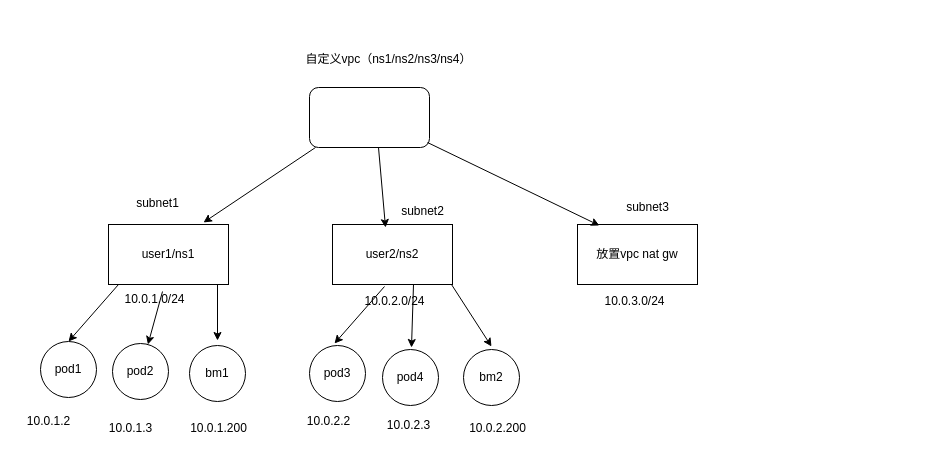
The draw.io diagram kube-ovn3.drawio in pslzym/advanced-go-programming-book, before the edit. Source tidied: cells renumbered, new cells numbered last; positions are measured from the earlier drawing's top-left corner, leaving out a move shared by most shapes. Both pictures are drawn from the tidied source at 100%, with x=0, y=0 at pixel (17, 46).
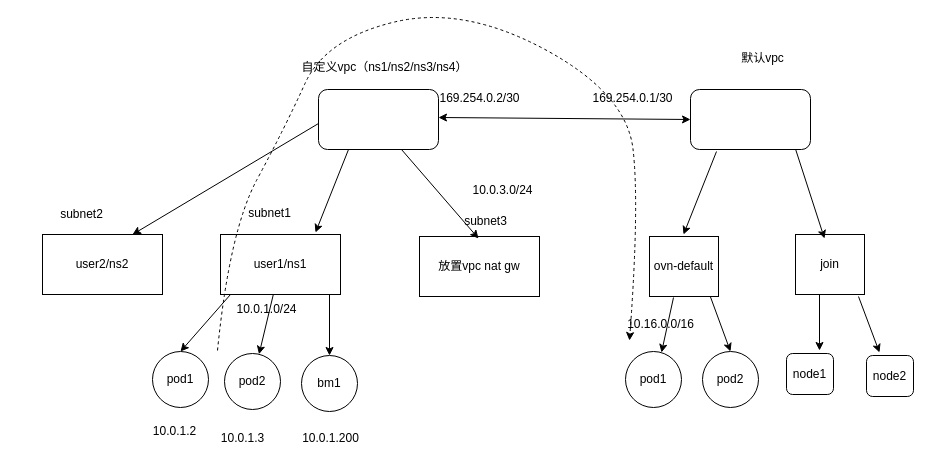
The same diagram, later.

What changed in the source:
```diff
@@
     <mxCell id="2" style="rounded=1;whiteSpace=wrap;html=1;" parent="1" vertex="1">
-      <mxGeometry x="292" y="41" width="120" height="60" as="geometry" />
+      <mxGeometry x="301" y="43" width="120" height="60" as="geometry" />
     </mxCell>
     <mxCell id="3" value="自定义vpc（ns1/ns2/ns3/ns4）" style="text;html=1;align=center;verticalAlign=middle;strokeColor=none;fillColor=none;" parent="1" vertex="1">
-      <mxGeometry x="279" width="184" height="26" as="geometry" />
+      <mxGeometry x="275" y="8" width="184" height="26" as="geometry" />
     </mxCell>
     <mxCell id="4" value="user1/ns1" style="rounded=0;whiteSpace=wrap;html=1;" parent="1" vertex="1">
-      <mxGeometry x="91" y="178" width="120" height="60" as="geometry" />
+      <mxGeometry x="203" y="188" width="120" height="60" as="geometry" />
     </mxCell>
-    <mxCell id="5" value="user2/ns2" style="rounded=0;whiteSpace=wrap;html=1;" parent="1" vertex="1">
-      <mxGeometry x="315" y="178" width="120" height="60" as="geometry" />
-    </mxCell>
     <mxCell id="6" value="放置vpc nat gw" style="rounded=0;whiteSpace=wrap;html=1;" parent="1" vertex="1">
-      <mxGeometry x="560" y="178" width="120" height="60" as="geometry" />
+      <mxGeometry x="402" y="190" width="120" height="60" as="geometry" />
     </mxCell>
-    <mxCell id="7" style="endArrow=classic;html=1;rounded=0;" parent="1" edge="1">
+    <mxCell id="7" style="endArrow=classic;html=1;rounded=0;exitX=0.25;exitY=1;exitDx=0;exitDy=0;" parent="1" edge="1" source="2">
       <mxGeometry relative="1" as="geometry">
-        <mxPoint x="298" y="101" as="sourcePoint" />
-        <mxPoint x="186" y="176" as="targetPoint" />
+        <mxPoint x="298" y="186" as="targetPoint" />
       </mxGeometry>
     </mxCell>
-    <mxCell id="8" style="endArrow=classic;html=1;rounded=0;entryX=0.442;entryY=0.05;entryDx=0;entryDy=0;entryPerimeter=0;" parent="1" edge="1" target="5">
-      <mxGeometry relative="1" as="geometry">
-        <mxPoint x="361" y="101" as="sourcePoint" />
-      </mxGeometry>
-    </mxCell>
-    <mxCell id="9" style="endArrow=classic;html=1;rounded=0;entryX=0.183;entryY=0.017;entryDx=0;entryDy=0;entryPerimeter=0;" parent="1" edge="1" target="6">
+    <mxCell id="9" style="endArrow=classic;html=1;rounded=0;entryX=0.183;entryY=0.017;entryDx=0;entryDy=0;entryPerimeter=0;exitX=0.433;exitY=1.067;exitDx=0;exitDy=0;exitPerimeter=0;" parent="1" edge="1">
       <mxGeometry relative="1" as="geometry">
-        <mxPoint x="410" y="96" as="sourcePoint" />
+        <mxPoint x="384" y="103" as="sourcePoint" />
+        <mxPoint x="461" y="192" as="targetPoint" />
       </mxGeometry>
     </mxCell>
     <mxCell id="10" value="subnet1" style="text;html=1;align=center;verticalAlign=middle;strokeColor=none;fillColor=none;" parent="1" vertex="1">
-      <mxGeometry x="109" y="144" width="61" height="26" as="geometry" />
+      <mxGeometry x="221" y="154" width="61" height="26" as="geometry" />
     </mxCell>
-    <mxCell id="11" value="subnet2" style="text;html=1;align=center;verticalAlign=middle;strokeColor=none;fillColor=none;" parent="1" vertex="1">
-      <mxGeometry x="374" y="152" width="61" height="26" as="geometry" />
-    </mxCell>
     <mxCell id="12" value="subnet3" style="text;html=1;align=center;verticalAlign=middle;strokeColor=none;fillColor=none;" parent="1" vertex="1">
-      <mxGeometry x="599" y="148" width="61" height="26" as="geometry" />
+      <mxGeometry x="437.5" y="162" width="61" height="26" as="geometry" />
     </mxCell>
     <mxCell id="13" value="10.0.1.0/24" style="text;html=1;align=center;verticalAlign=middle;points=[];strokeColor=none;fillColor=none;" parent="1" vertex="1">
-      <mxGeometry x="98" y="240" width="78" height="26" as="geometry" />
+      <mxGeometry x="210" y="250" width="78" height="26" as="geometry" />
     </mxCell>
-    <mxCell id="14" value="10.0.2.0/24" style="text;html=1;align=center;verticalAlign=middle;strokeColor=none;fillColor=none;" parent="1" vertex="1">
-      <mxGeometry x="338" y="242" width="78" height="26" as="geometry" />
-    </mxCell>
     <mxCell id="15" value="10.0.3.0/24" style="text;html=1;align=center;verticalAlign=middle;strokeColor=none;fillColor=none;" parent="1" vertex="1">
-      <mxGeometry x="578" y="242" width="78" height="26" as="geometry" />
+      <mxGeometry x="446" y="131" width="78" height="26" as="geometry" />
     </mxCell>
     <mxCell id="16" value="pod1" style="ellipse;whiteSpace=wrap;html=1;" parent="1" vertex="1">
-      <mxGeometry x="23" y="295" width="56" height="56" as="geometry" />
+      <mxGeometry x="135" y="305" width="56" height="56" as="geometry" />
     </mxCell>
     <mxCell id="17" value="pod2" style="ellipse;whiteSpace=wrap;html=1;" parent="1" vertex="1">
-      <mxGeometry x="95" y="297" width="56" height="56" as="geometry" />
+      <mxGeometry x="207" y="307" width="56" height="56" as="geometry" />
     </mxCell>
     <mxCell id="18" value="bm1" style="ellipse;whiteSpace=wrap;html=1;" parent="1" vertex="1">
-      <mxGeometry x="172" y="299" width="56" height="56" as="geometry" />
+      <mxGeometry x="284" y="309" width="56" height="56" as="geometry" />
     </mxCell>
-    <mxCell id="19" value="pod3" style="ellipse;whiteSpace=wrap;html=1;" parent="1" vertex="1">
-      <mxGeometry x="292" y="299" width="56" height="56" as="geometry" />
-    </mxCell>
-    <mxCell id="20" value="pod4" style="ellipse;whiteSpace=wrap;html=1;" parent="1" vertex="1">
-      <mxGeometry x="365" y="303" width="56" height="56" as="geometry" />
-    </mxCell>
-    <mxCell id="21" value="bm2" style="ellipse;whiteSpace=wrap;html=1;" parent="1" vertex="1">
-      <mxGeometry x="446" y="303" width="56" height="56" as="geometry" />
-    </mxCell>
     <mxCell id="22" style="endArrow=classic;html=1;rounded=0;entryX=0.5;entryY=0;entryDx=0;entryDy=0;" parent="1" edge="1" target="16">
       <mxGeometry relative="1" as="geometry">
-        <mxPoint x="101" y="238" as="sourcePoint" />
+        <mxPoint x="213" y="248" as="sourcePoint" />
       </mxGeometry>
     </mxCell>
-    <mxCell id="23" style="endArrow=classic;html=1;rounded=0;entryX=0.5;entryY=0;entryDx=0;entryDy=0;" parent="1" edge="1">
-      <mxGeometry relative="1" as="geometry">
-        <mxPoint x="367" y="240" as="sourcePoint" />
-        <mxPoint x="317" y="297" as="targetPoint" />
-      </mxGeometry>
-    </mxCell>
-    <mxCell id="24" style="endArrow=classic;html=1;rounded=0;exitX=0.603;exitY=0.192;exitDx=0;exitDy=0;exitPerimeter=0;" parent="1" edge="1" source="13" target="17">
+    <mxCell id="24" style="endArrow=classic;html=1;rounded=0;" parent="1" edge="1" source="4" target="17">
       <mxGeometry relative="1" as="geometry" />
     </mxCell>
-    <mxCell id="25" style="endArrow=classic;html=1;rounded=0;exitX=0.603;exitY=0.192;exitDx=0;exitDy=0;exitPerimeter=0;" parent="1" edge="1">
+    <mxCell id="25" style="endArrow=classic;html=1;rounded=0;exitX=0.603;exitY=0.192;exitDx=0;exitDy=0;exitPerimeter=0;entryX=0.5;entryY=0;entryDx=0;entryDy=0;" parent="1" edge="1" target="18">
       <mxGeometry relative="1" as="geometry">
-        <mxPoint x="200" y="238" as="sourcePoint" />
-        <mxPoint x="200" y="294" as="targetPoint" />
+        <mxPoint x="312" y="248" as="sourcePoint" />
       </mxGeometry>
     </mxCell>
-    <mxCell id="26" style="endArrow=classic;html=1;rounded=0;exitX=0.603;exitY=0.192;exitDx=0;exitDy=0;exitPerimeter=0;" parent="1" edge="1">
-      <mxGeometry relative="1" as="geometry">
-        <mxPoint x="396" y="238" as="sourcePoint" />
-        <mxPoint x="394" y="301" as="targetPoint" />
-      </mxGeometry>
-    </mxCell>
-    <mxCell id="27" style="endArrow=classic;html=1;rounded=0;exitX=0.603;exitY=0.192;exitDx=0;exitDy=0;exitPerimeter=0;" parent="1" edge="1">
-      <mxGeometry relative="1" as="geometry">
-        <mxPoint x="434" y="238" as="sourcePoint" />
-        <mxPoint x="474" y="300" as="targetPoint" />
-      </mxGeometry>
-    </mxCell>
     <mxCell id="28" value="10.0.1.2" style="text;html=1;align=center;verticalAlign=middle;strokeColor=none;fillColor=none;" parent="1" vertex="1">
-      <mxGeometry y="362" width="61" height="26" as="geometry" />
+      <mxGeometry x="126" y="372" width="61" height="26" as="geometry" />
     </mxCell>
     <mxCell id="29" value="10.0.1.3" style="text;html=1;align=center;verticalAlign=middle;strokeColor=none;fillColor=none;" parent="1" vertex="1">
-      <mxGeometry x="82" y="369" width="61" height="26" as="geometry" />
+      <mxGeometry x="194" y="379" width="61" height="26" as="geometry" />
     </mxCell>
     <mxCell id="30" value="10.0.1.200" style="text;html=1;align=center;verticalAlign=middle;strokeColor=none;fillColor=none;" parent="1" vertex="1">
-      <mxGeometry x="163" y="369" width="75" height="26" as="geometry" />
+      <mxGeometry x="275" y="379" width="75" height="26" as="geometry" />
     </mxCell>
-    <mxCell id="31" value="10.0.2.2" style="text;html=1;align=center;verticalAlign=middle;strokeColor=none;fillColor=none;" parent="1" vertex="1">
-      <mxGeometry x="280" y="362" width="61" height="26" as="geometry" />
-    </mxCell>
-    <mxCell id="32" value="10.0.2.3" style="text;html=1;align=center;verticalAlign=middle;strokeColor=none;fillColor=none;" parent="1" vertex="1">
-      <mxGeometry x="360" y="366" width="61" height="26" as="geometry" />
-    </mxCell>
-    <mxCell id="33" value="10.0.2.200" style="text;html=1;align=center;verticalAlign=middle;strokeColor=none;fillColor=none;" parent="1" vertex="1">
-      <mxGeometry x="442" y="369" width="75" height="26" as="geometry" />
-    </mxCell>
+    <mxCell id="34" style="rounded=1;whiteSpace=wrap;html=1;" parent="1" vertex="1">
+      <mxGeometry x="673" y="43" width="120" height="60" as="geometry" />
+    </mxCell>
+    <mxCell id="35" value="默认vpc" style="text;html=1;align=center;verticalAlign=middle;strokeColor=none;fillColor=none;" parent="1" vertex="1">
+      <mxGeometry x="714" y="-1" width="61" height="26" as="geometry" />
+    </mxCell>
+    <mxCell id="36" style="endArrow=classic;startArrow=classic;html=1;rounded=0;entryX=0;entryY=0.5;entryDx=0;entryDy=0;" parent="1" edge="1" target="34">
+      <mxGeometry relative="1" as="geometry">
+        <mxPoint x="421" y="71" as="sourcePoint" />
+      </mxGeometry>
+    </mxCell>
+    <mxCell id="37" value="169.254.0.2/30" style="text;html=1;align=center;verticalAlign=middle;strokeColor=none;fillColor=none;" parent="1" vertex="1">
+      <mxGeometry x="413" y="39" width="98" height="26" as="geometry" />
+    </mxCell>
+    <mxCell id="38" value="169.254.0.1/30" style="text;html=1;align=center;verticalAlign=middle;strokeColor=none;fillColor=none;" parent="1" vertex="1">
+      <mxGeometry x="566" y="39" width="98" height="26" as="geometry" />
+    </mxCell>
+    <mxCell id="39" value="ovn-default" style="rounded=0;whiteSpace=wrap;html=1;" parent="1" vertex="1">
+      <mxGeometry x="632" y="190" width="69" height="60" as="geometry" />
+    </mxCell>
+    <mxCell id="40" value="join" style="rounded=0;whiteSpace=wrap;html=1;" parent="1" vertex="1">
+      <mxGeometry x="778" y="188" width="69" height="60" as="geometry" />
+    </mxCell>
+    <mxCell id="41" value="10.16.0.0/16" style="text;html=1;align=center;verticalAlign=middle;strokeColor=none;fillColor=none;" parent="1" vertex="1">
+      <mxGeometry x="600" y="265" width="85" height="26" as="geometry" />
+    </mxCell>
+    <mxCell id="42" value="pod1" style="ellipse;whiteSpace=wrap;html=1;" parent="1" vertex="1">
+      <mxGeometry x="608" y="305" width="56" height="56" as="geometry" />
+    </mxCell>
+    <mxCell id="43" value="pod2" style="ellipse;whiteSpace=wrap;html=1;" parent="1" vertex="1">
+      <mxGeometry x="685" y="305" width="56" height="56" as="geometry" />
+    </mxCell>
+    <mxCell id="44" style="endArrow=classic;html=1;rounded=0;exitX=0.348;exitY=1.017;exitDx=0;exitDy=0;exitPerimeter=0;entryX=0.643;entryY=0.018;entryDx=0;entryDy=0;entryPerimeter=0;" parent="1" edge="1" source="39" target="42">
+      <mxGeometry relative="1" as="geometry" />
+    </mxCell>
+    <mxCell id="45" style="endArrow=classic;html=1;rounded=0;exitX=0.348;exitY=1.017;exitDx=0;exitDy=0;exitPerimeter=0;entryX=0.5;entryY=0;entryDx=0;entryDy=0;" parent="1" edge="1" target="43">
+      <mxGeometry relative="1" as="geometry">
+        <mxPoint x="693" y="250.5" as="sourcePoint" />
+      </mxGeometry>
+    </mxCell>
+    <mxCell id="46" style="endArrow=classic;html=1;rounded=0;exitX=0.25;exitY=1;exitDx=0;exitDy=0;" parent="1" edge="1">
+      <mxGeometry relative="1" as="geometry">
+        <mxPoint x="699" y="105" as="sourcePoint" />
+        <mxPoint x="666" y="188" as="targetPoint" />
+      </mxGeometry>
+    </mxCell>
+    <mxCell id="47" style="endArrow=classic;html=1;rounded=0;exitX=0.25;exitY=1;exitDx=0;exitDy=0;entryX=0.42;entryY=0.067;entryDx=0;entryDy=0;entryPerimeter=0;" parent="1" edge="1" target="40">
+      <mxGeometry relative="1" as="geometry">
+        <mxPoint x="778" y="102.5" as="sourcePoint" />
+      </mxGeometry>
+    </mxCell>
+    <mxCell id="48" value="node1" style="rounded=1;whiteSpace=wrap;html=1;" parent="1" vertex="1">
+      <mxGeometry x="769" y="307" width="47" height="41" as="geometry" />
+    </mxCell>
+    <mxCell id="49" value="node2" style="rounded=1;whiteSpace=wrap;html=1;" parent="1" vertex="1">
+      <mxGeometry x="849" y="309" width="47" height="41" as="geometry" />
+    </mxCell>
+    <mxCell id="50" style="endArrow=classic;html=1;rounded=0;exitX=0.603;exitY=0.192;exitDx=0;exitDy=0;exitPerimeter=0;" parent="1" edge="1">
+      <mxGeometry relative="1" as="geometry">
+        <mxPoint x="802" y="248" as="sourcePoint" />
+        <mxPoint x="802" y="304" as="targetPoint" />
+      </mxGeometry>
+    </mxCell>
+    <mxCell id="51" style="endArrow=classic;html=1;rounded=0;exitX=0.603;exitY=0.192;exitDx=0;exitDy=0;exitPerimeter=0;" parent="1" edge="1">
+      <mxGeometry relative="1" as="geometry">
+        <mxPoint x="841" y="250" as="sourcePoint" />
+        <mxPoint x="862" y="306" as="targetPoint" />
+      </mxGeometry>
+    </mxCell>
+    <mxCell id="52" style="curved=1;endArrow=classic;html=1;rounded=0;dashed=1;" parent="1" edge="1">
+      <mxGeometry relative="1" as="geometry">
+        <mxPoint x="200" y="304" as="sourcePoint" />
+        <mxPoint x="612" y="294" as="targetPoint" />
+        <Array as="points">
+          <mxPoint x="212" y="184" />
+          <mxPoint x="267" y="82" />
+          <mxPoint x="308" y="-8" />
+          <mxPoint x="446" y="-41" />
+          <mxPoint x="609" y="47" />
+          <mxPoint x="622" y="158" />
+        </Array>
+      </mxGeometry>
+    </mxCell>
+    <mxCell id="5" value="user2/ns2" style="rounded=0;whiteSpace=wrap;html=1;" parent="1" vertex="1">
+      <mxGeometry x="25" y="188" width="120" height="60" as="geometry" />
+    </mxCell>
+    <mxCell id="53" style="endArrow=classic;html=1;rounded=0;exitX=0.25;exitY=1;exitDx=0;exitDy=0;entryX=0.75;entryY=0;entryDx=0;entryDy=0;" parent="1" edge="1" target="5">
+      <mxGeometry relative="1" as="geometry">
+        <mxPoint x="301" y="77" as="sourcePoint" />
+      </mxGeometry>
+    </mxCell>
+    <mxCell id="11" value="subnet2" style="text;html=1;align=center;verticalAlign=middle;strokeColor=none;fillColor=none;" parent="1" vertex="1">
+      <mxGeometry x="33" y="155" width="61" height="26" as="geometry" />
+    </mxCell>
```
